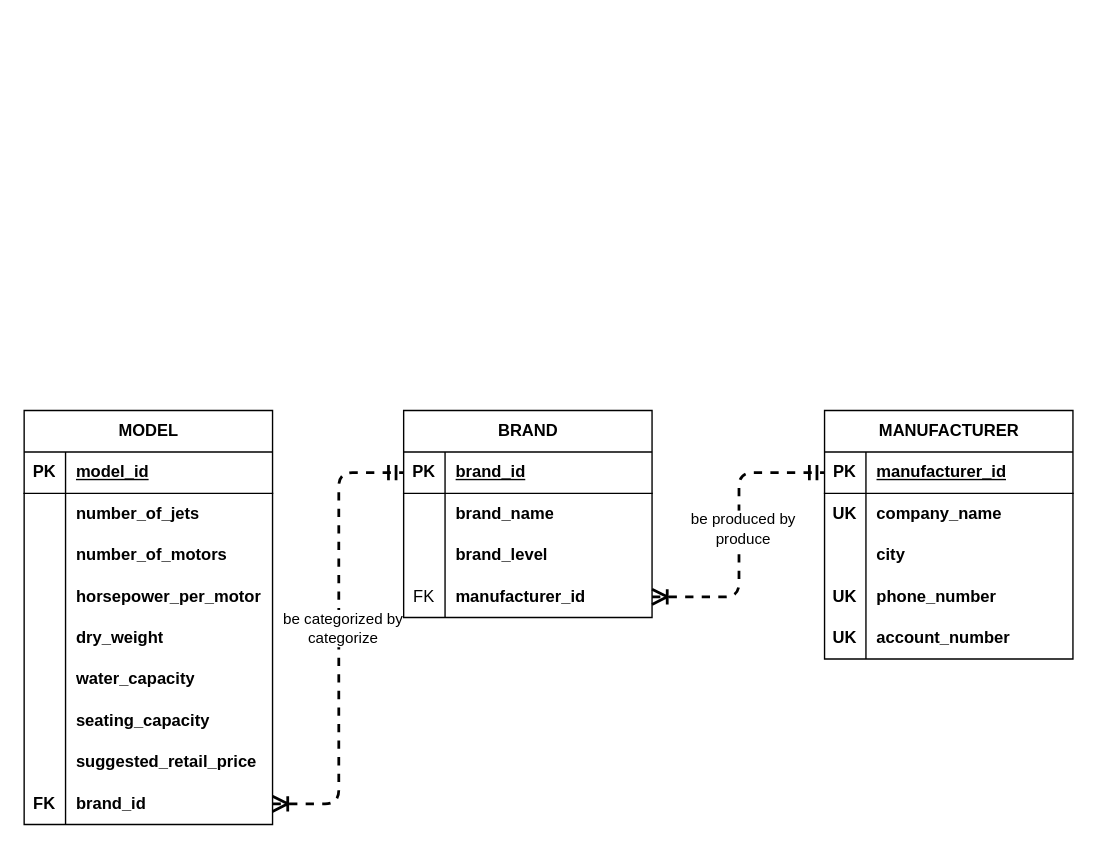
qichendev/assignments keeps this draw.io diagram as relational-database-design/c3/P0303.drawio. Above is the earlier version. Source tidied: cells renumbered, new cells numbered last; positions are measured from the earlier drawing's top-left corner, leaving out a move shared by most shapes. Both pictures are drawn from the tidied source at 138%, with x=0, y=0 at pixel (23, 410).
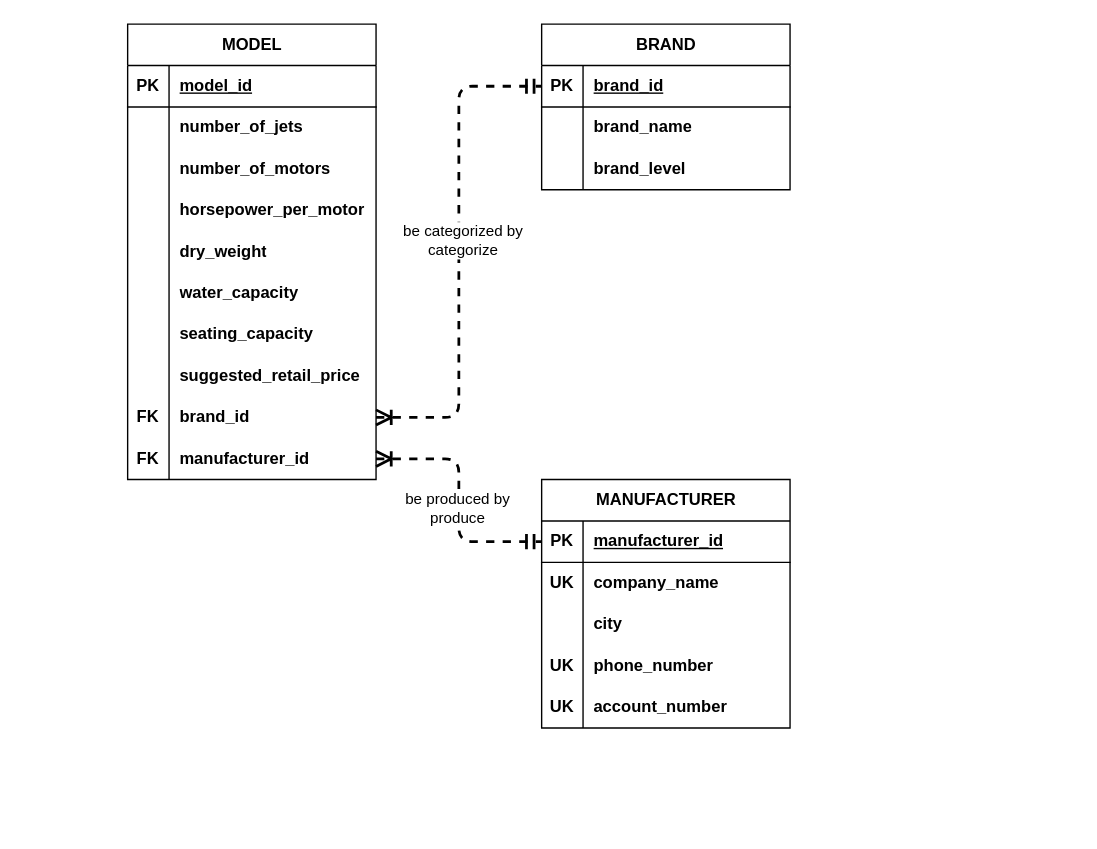
After the change.

The change refers to these unchanged cells:
```xml
<mxCell id="3" style="shape=tableRow;horizontal=0;startSize=0;swimlaneHead=0;swimlaneBody=0;fillColor=none;points=[[0,0.5],[1,0.5]];portConstraint=eastwest;top=0;left=0;right=0;bottom=1;" parent="2" vertex="1">
  <mxGeometry y="30" width="180" height="30" as="geometry" />
</mxCell>
```

The edit, as a diff of the source:
```diff
@@
     <mxCell id="2" value="MANUFACTURER" style="shape=table;startSize=30;childLayout=tableLayout;rowLines=0;fontStyle=1;align=center;html=1;" parent="1" vertex="1">
-      <mxGeometry x="580" width="180" height="180" as="geometry" />
+      <mxGeometry x="375" y="50" width="180" height="180" as="geometry" />
     </mxCell>
@@
     <mxCell id="18" value="MODEL" style="shape=table;startSize=30;childLayout=tableLayout;rowLines=0;fontStyle=1;align=center;html=1;" parent="1" vertex="1">
-      <mxGeometry width="180" height="300" as="geometry" />
+      <mxGeometry x="75" y="-280" width="180" height="330" as="geometry" />
     </mxCell>
@@
+    <mxCell id="63" style="shape=tableRow;horizontal=0;startSize=0;swimlaneHead=0;swimlaneBody=0;fillColor=none;points=[[0,0.5],[1,0.5]];portConstraint=eastwest;top=0;left=0;right=0;bottom=0;" parent="18" vertex="1">
+      <mxGeometry y="300" width="180" height="30" as="geometry" />
+    </mxCell>
+    <mxCell id="57" value="FK" style="shape=partialRectangle;fillColor=none;top=0;left=0;bottom=0;right=0;overflow=hidden;whiteSpace=wrap;html=1;fontStyle=1;" parent="63" vertex="1">
+      <mxGeometry width="30" height="30" as="geometry" />
+    </mxCell>
+    <mxCell id="58" value="manufacturer_id" style="shape=partialRectangle;fillColor=none;top=0;left=0;bottom=0;right=0;align=left;spacingLeft=6;overflow=hidden;whiteSpace=wrap;html=1;fontStyle=1;" parent="63" vertex="1">
+      <mxGeometry x="30" width="150" height="30" as="geometry" />
+    </mxCell>
     <mxCell id="46" value="BRAND" style="shape=table;startSize=30;childLayout=tableLayout;rowLines=0;fontStyle=1;align=center;html=1;" parent="1" vertex="1">
-      <mxGeometry x="275" width="180" height="150" as="geometry" />
+      <mxGeometry x="375" y="-280" width="180" height="120" as="geometry" />
     </mxCell>
@@
-    <mxCell id="56" style="shape=tableRow;horizontal=0;startSize=0;swimlaneHead=0;swimlaneBody=0;fillColor=none;points=[[0,0.5],[1,0.5]];portConstraint=eastwest;top=0;left=0;right=0;bottom=0;" parent="46" vertex="1">
-      <mxGeometry y="120" width="180" height="30" as="geometry" />
-    </mxCell>
-    <mxCell id="57" value="FK" style="shape=partialRectangle;fillColor=none;top=0;left=0;bottom=0;right=0;overflow=hidden;whiteSpace=wrap;html=1;" parent="56" vertex="1">
-      <mxGeometry width="30" height="30" as="geometry" />
-    </mxCell>
-    <mxCell id="58" value="manufacturer_id" style="shape=partialRectangle;fillColor=none;top=0;left=0;bottom=0;right=0;align=left;spacingLeft=6;overflow=hidden;whiteSpace=wrap;html=1;fontStyle=1;" parent="56" vertex="1">
-      <mxGeometry x="30" width="150" height="30" as="geometry" />
-    </mxCell>
@@
-    <mxCell id="61" style="edgeStyle=elbowEdgeStyle;fontSize=12;html=1;endArrow=ERmandOne;startArrow=ERoneToMany;rounded=1;endSize=8;startSize=8;strokeWidth=2;dashed=1;jumpStyle=none;curved=0;startFill=0;endFill=0;exitX=1;exitY=0.5;exitDx=0;exitDy=0;entryX=0;entryY=0.5;entryDx=0;entryDy=0;" parent="1" edge="1" source="56" target="3">
+    <mxCell id="61" style="edgeStyle=elbowEdgeStyle;fontSize=12;html=1;endArrow=ERmandOne;startArrow=ERoneToMany;rounded=1;endSize=8;startSize=8;strokeWidth=2;dashed=1;jumpStyle=none;curved=0;startFill=0;endFill=0;exitX=1;exitY=0.5;exitDx=0;exitDy=0;entryX=0;entryY=0.5;entryDx=0;entryDy=0;" parent="1" edge="1" source="63" target="3">
       <mxGeometry relative="1" as="geometry" />
     </mxCell>
```
